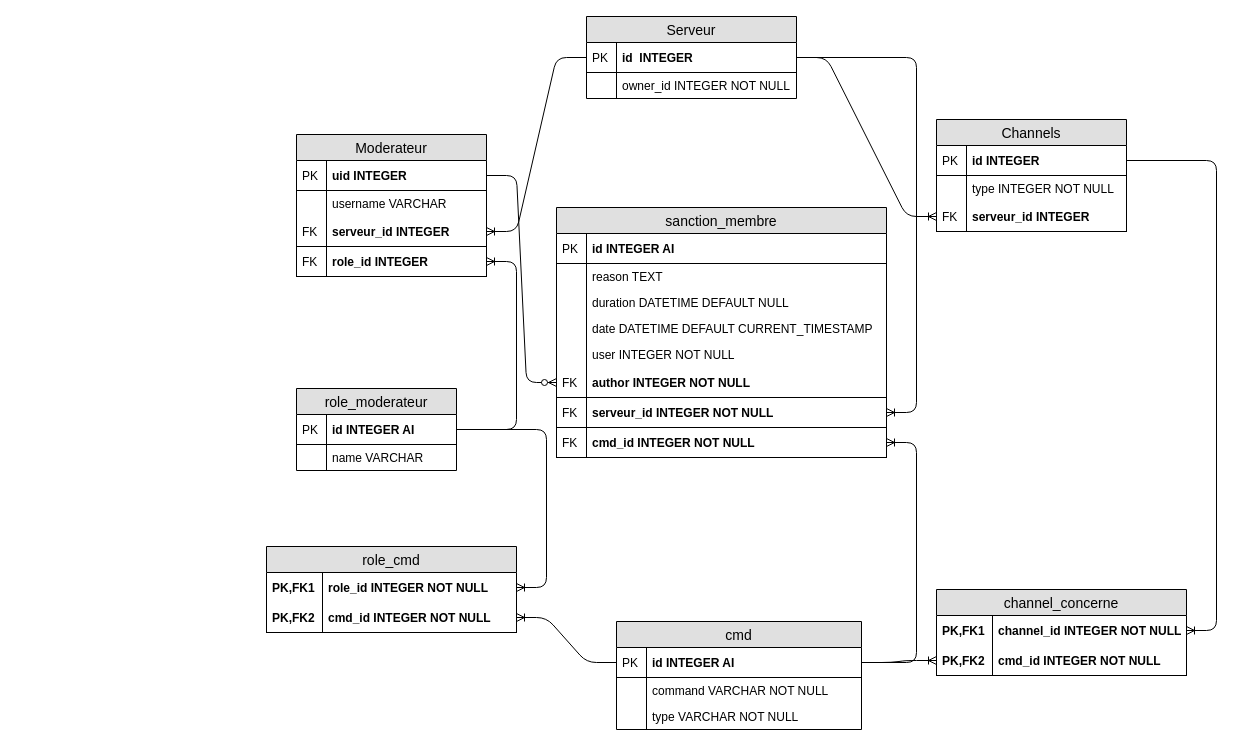
The draw.io diagram doc/schema_logique.drawio in RomainCtl/discord_project, before the edit. Source tidied: cells renumbered, new cells numbered last; positions are measured from the earlier drawing's top-left corner, leaving out a move shared by most shapes. Both pictures are drawn from the tidied source at 100%, with x=0, y=0 at pixel (266, 16).
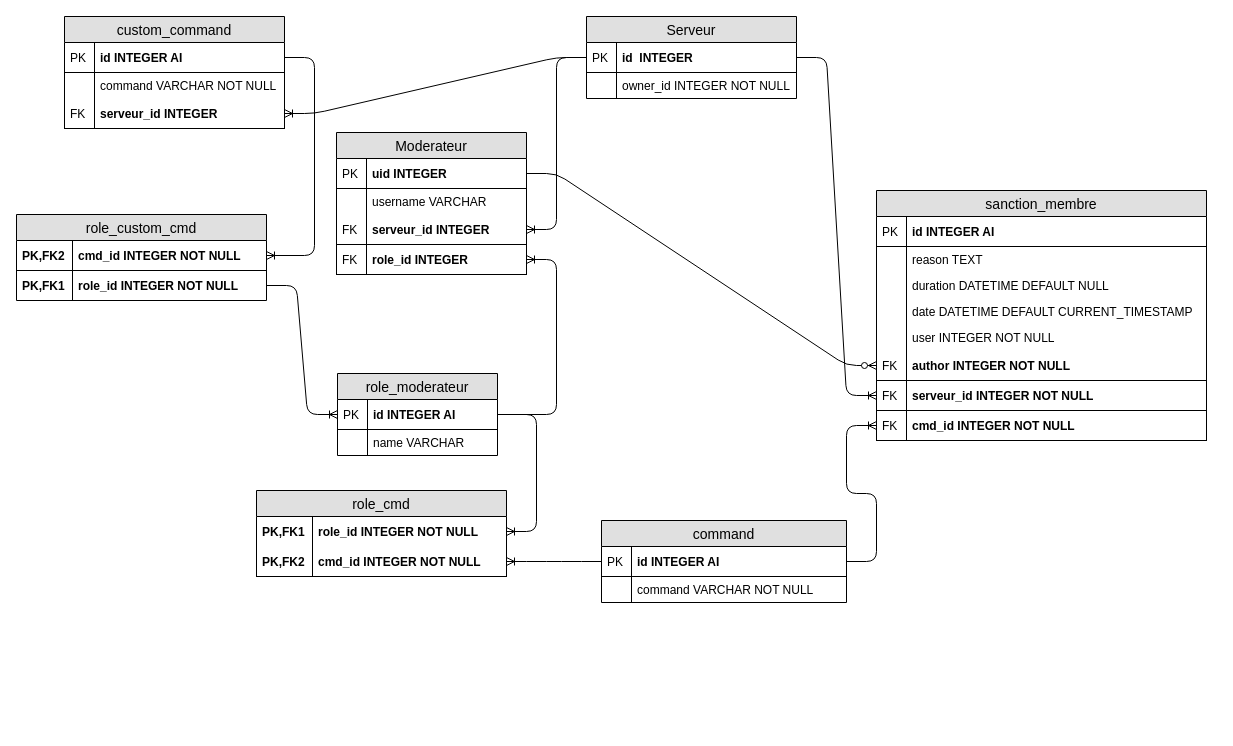
The same diagram, later.

Unchanged cells that the change refers to:
```xml
<mxCell id="2" value="Serveur" style="swimlane;fontStyle=0;horizontal=1;startSize=26;fillColor=#e0e0e0;swimlaneFillColor=#ffffff;align=center;fontSize=14;fontColor=#000000;strokeColor=#000000;" parent="1" vertex="1">
  <mxGeometry x="320" width="210" height="82" as="geometry" />
</mxCell>
<mxCell id="3" value="id  INTEGER" style="shape=partialRectangle;top=0;left=0;right=0;bottom=1;align=left;verticalAlign=middle;fillColor=none;spacingLeft=34;spacingRight=4;overflow=hidden;points=[[0,0.5],[1,0.5]];portConstraint=eastwest;fontStyle=1;fontSize=12;fontColor=#000000;strokeColor=#000000;" parent="2" vertex="1">
  <mxGeometry y="26" width="210" height="30" as="geometry" />
</mxCell>
<mxCell id="26" value="id INTEGER AI" style="shape=partialRectangle;top=0;left=0;right=0;bottom=1;align=left;verticalAlign=middle;fillColor=none;spacingLeft=34;spacingRight=4;overflow=hidden;points=[[0,0.5],[1,0.5]];portConstraint=eastwest;fontStyle=1;fontSize=12;strokeColor=#000000;fontColor=#000000;" parent="25" vertex="1">
  <mxGeometry y="26" width="160" height="30" as="geometry" />
</mxCell>
<mxCell id="31" value="id INTEGER AI" style="shape=partialRectangle;top=0;left=0;right=0;bottom=1;align=left;verticalAlign=middle;fillColor=none;spacingLeft=34;spacingRight=4;overflow=hidden;points=[[0,0.5],[1,0.5]];portConstraint=eastwest;fontStyle=1;fontSize=12;fontColor=#000000;strokeColor=#000000;" parent="30" vertex="1">
  <mxGeometry y="26" width="245" height="30" as="geometry" />
</mxCell>
```

Change to the diagram source:
```diff
@@
     <mxCell id="7" value="Moderateur" style="swimlane;fontStyle=0;horizontal=1;startSize=26;fillColor=#e0e0e0;swimlaneFillColor=#ffffff;align=center;fontSize=14;strokeColor=#000000;fontColor=#000000;" parent="1" vertex="1">
-      <mxGeometry x="30" y="118" width="190" height="142" as="geometry" />
+      <mxGeometry x="70" y="116" width="190" height="142" as="geometry" />
     </mxCell>
@@
-    <mxCell id="16" value="Channels" style="swimlane;fontStyle=0;horizontal=1;startSize=26;fillColor=#e0e0e0;swimlaneFillColor=#ffffff;align=center;fontSize=14;strokeColor=#000000;fontColor=#000000;" parent="1" vertex="1">
-      <mxGeometry x="670" y="103" width="190" height="112" as="geometry" />
-    </mxCell>
-    <mxCell id="17" value="id INTEGER" style="shape=partialRectangle;top=0;left=0;right=0;bottom=1;align=left;verticalAlign=middle;fillColor=none;spacingLeft=34;spacingRight=4;overflow=hidden;points=[[0,0.5],[1,0.5]];portConstraint=eastwest;fontStyle=1;fontSize=12;fontColor=#000000;strokeColor=#000000;" parent="16" vertex="1">
-      <mxGeometry y="26" width="190" height="30" as="geometry" />
-    </mxCell>
-    <mxCell id="18" value="PK" style="shape=partialRectangle;top=0;left=0;bottom=0;fillColor=none;align=left;verticalAlign=middle;spacingLeft=4;spacingRight=4;overflow=hidden;fontSize=12;fontColor=#000000;strokeColor=#000000;" parent="17" vertex="1">
-      <mxGeometry width="30" height="30" as="geometry" />
-    </mxCell>
-    <mxCell id="19" value="type INTEGER NOT NULL" style="shape=partialRectangle;top=0;left=0;right=0;bottom=0;align=left;verticalAlign=top;fillColor=none;spacingLeft=34;spacingRight=4;overflow=hidden;fontSize=12;fontColor=#000000;strokeColor=#000000;" parent="16" vertex="1">
-      <mxGeometry y="56" width="190" height="26" as="geometry" />
-    </mxCell>
-    <mxCell id="20" style="shape=partialRectangle;top=0;left=0;bottom=0;fillColor=none;align=left;verticalAlign=top;spacingLeft=4;spacingRight=4;overflow=hidden;fontSize=12;fontColor=#000000;strokeColor=#000000;" parent="19" vertex="1">
-      <mxGeometry width="30" height="26" as="geometry" />
-    </mxCell>
-    <mxCell id="21" value="serveur_id INTEGER" style="shape=partialRectangle;top=0;left=0;right=0;bottom=1;align=left;verticalAlign=middle;fillColor=none;spacingLeft=34;spacingRight=4;overflow=hidden;points=[[0,0.5],[1,0.5]];portConstraint=eastwest;fontStyle=1;fontSize=12;strokeColor=#000000;fontColor=#000000;" parent="16" vertex="1">
-      <mxGeometry y="82" width="190" height="30" as="geometry" />
-    </mxCell>
-    <mxCell id="22" value="FK" style="shape=partialRectangle;top=0;left=0;bottom=0;fillColor=none;align=left;verticalAlign=middle;spacingLeft=4;spacingRight=4;overflow=hidden;fontSize=12;strokeColor=#000000;fontColor=#000000;" parent="21" vertex="1">
-      <mxGeometry width="30" height="30" as="geometry" />
-    </mxCell>
-    <mxCell id="23" style="edgeStyle=entityRelationEdgeStyle;fontSize=12;html=1;endArrow=ERoneToMany;strokeColor=#000000;fontColor=#000000;" parent="1" edge="1" source="2" target="21">
-      <mxGeometry relative="1" as="geometry" />
-    </mxCell>
@@
     <mxCell id="25" value="role_moderateur" style="swimlane;fontStyle=0;horizontal=1;startSize=26;fillColor=#e0e0e0;swimlaneFillColor=#ffffff;align=center;fontSize=14;strokeColor=#000000;fontColor=#000000;" parent="1" vertex="1">
-      <mxGeometry x="30" y="372" width="160" height="82" as="geometry" />
+      <mxGeometry x="71" y="357" width="160" height="82" as="geometry" />
     </mxCell>
@@
-    <mxCell id="30" value="cmd" style="swimlane;fontStyle=0;horizontal=1;startSize=26;fillColor=#e0e0e0;swimlaneFillColor=#ffffff;align=center;fontSize=14;strokeColor=#000000;fontColor=#000000;" parent="1" vertex="1">
-      <mxGeometry x="350" y="605" width="245" height="108" as="geometry" />
+    <mxCell id="30" value="command" style="swimlane;fontStyle=0;horizontal=1;startSize=26;fillColor=#e0e0e0;swimlaneFillColor=#ffffff;align=center;fontSize=14;strokeColor=#000000;fontColor=#000000;" parent="1" vertex="1">
+      <mxGeometry x="335" y="504" width="245" height="82" as="geometry" />
     </mxCell>
@@
-    <mxCell id="35" value="type VARCHAR NOT NULL" style="shape=partialRectangle;top=0;left=0;right=0;bottom=0;align=left;verticalAlign=top;fillColor=none;spacingLeft=34;spacingRight=4;overflow=hidden;fontSize=12;fontColor=#000000;strokeColor=#000000;" parent="30" vertex="1">
-      <mxGeometry y="82" width="245" height="26" as="geometry" />
-    </mxCell>
-    <mxCell id="36" style="shape=partialRectangle;top=0;left=0;bottom=0;fillColor=none;align=left;verticalAlign=top;spacingLeft=4;spacingRight=4;overflow=hidden;fontSize=12;fontColor=#000000;strokeColor=#000000;" parent="35" vertex="1">
-      <mxGeometry width="30" height="26" as="geometry" />
-    </mxCell>
@@
     <mxCell id="40" value="sanction_membre" style="swimlane;fontStyle=0;horizontal=1;startSize=26;fillColor=#e0e0e0;swimlaneFillColor=#ffffff;align=center;fontSize=14;strokeColor=#000000;fontColor=#000000;" parent="1" vertex="1">
-      <mxGeometry x="290" y="191" width="330" height="250" as="geometry" />
+      <mxGeometry x="610" y="174" width="330" height="250" as="geometry" />
     </mxCell>
@@
-    <mxCell id="57" style="edgeStyle=entityRelationEdgeStyle;fontSize=12;html=1;endArrow=ERoneToMany;strokeColor=#000000;fontColor=#000000;" parent="1" edge="1" source="17" target="62">
-      <mxGeometry relative="1" as="geometry" />
-    </mxCell>
-    <mxCell id="58" style="edgeStyle=entityRelationEdgeStyle;fontSize=12;html=1;endArrow=ERoneToMany;strokeColor=#000000;fontColor=#000000;" parent="1" edge="1" source="31" target="64">
-      <mxGeometry relative="1" as="geometry" />
-    </mxCell>
@@
-    <mxCell id="61" value="channel_concerne" style="swimlane;fontStyle=0;horizontal=1;startSize=26;fillColor=#e0e0e0;swimlaneFillColor=#ffffff;align=center;fontSize=14;strokeColor=#000000;fontColor=#000000;" parent="1" vertex="1">
-      <mxGeometry x="670" y="573" width="250" height="86" as="geometry" />
-    </mxCell>
-    <mxCell id="62" value="channel_id INTEGER NOT NULL" style="shape=partialRectangle;top=0;left=0;right=0;bottom=0;align=left;verticalAlign=middle;fillColor=none;spacingLeft=60;spacingRight=4;overflow=hidden;points=[[0,0.5],[1,0.5]];portConstraint=eastwest;fontStyle=1;fontSize=12;fontColor=#000000;strokeColor=#000000;" parent="61" vertex="1">
-      <mxGeometry y="26" width="250" height="30" as="geometry" />
-    </mxCell>
-    <mxCell id="63" value="PK,FK1" style="shape=partialRectangle;fontStyle=1;top=0;left=0;bottom=0;fillColor=none;align=left;verticalAlign=middle;spacingLeft=4;spacingRight=4;overflow=hidden;fontSize=12;fontColor=#000000;strokeColor=#000000;" parent="62" vertex="1">
-      <mxGeometry width="56" height="30" as="geometry" />
-    </mxCell>
-    <mxCell id="64" value="cmd_id INTEGER NOT NULL" style="shape=partialRectangle;top=0;left=0;right=0;bottom=1;align=left;verticalAlign=middle;fillColor=none;spacingLeft=60;spacingRight=4;overflow=hidden;points=[[0,0.5],[1,0.5]];portConstraint=eastwest;fontStyle=1;fontSize=12;fontColor=#000000;strokeColor=#000000;" parent="61" vertex="1">
-      <mxGeometry y="56" width="250" height="30" as="geometry" />
-    </mxCell>
-    <mxCell id="65" value="PK,FK2" style="shape=partialRectangle;fontStyle=1;top=0;left=0;bottom=0;fillColor=none;align=left;verticalAlign=middle;spacingLeft=4;spacingRight=4;overflow=hidden;fontSize=12;fontColor=#000000;strokeColor=#000000;" parent="64" vertex="1">
-      <mxGeometry width="56" height="30" as="geometry" />
-    </mxCell>
     <mxCell id="66" value="role_cmd" style="swimlane;fontStyle=0;horizontal=1;startSize=26;fillColor=#e0e0e0;swimlaneFillColor=#ffffff;align=center;fontSize=14;strokeColor=#000000;fontColor=#000000;" parent="1" vertex="1">
-      <mxGeometry y="530" width="250" height="86" as="geometry" />
+      <mxGeometry x="-10" y="474" width="250" height="86" as="geometry" />
     </mxCell>
@@
+    <mxCell id="72" value="custom_command" style="swimlane;fontStyle=0;horizontal=1;startSize=26;fillColor=#e0e0e0;swimlaneFillColor=#ffffff;align=center;fontSize=14;strokeColor=#000000;fontColor=#000000;" parent="1" vertex="1">
+      <mxGeometry x="-202" width="220" height="112" as="geometry" />
+    </mxCell>
+    <mxCell id="73" value="id INTEGER AI" style="shape=partialRectangle;top=0;left=0;right=0;bottom=1;align=left;verticalAlign=middle;fillColor=none;spacingLeft=34;spacingRight=4;overflow=hidden;points=[[0,0.5],[1,0.5]];portConstraint=eastwest;fontStyle=1;fontSize=12;fontColor=#000000;strokeColor=#000000;" parent="72" vertex="1">
+      <mxGeometry y="26" width="220" height="30" as="geometry" />
+    </mxCell>
+    <mxCell id="18" value="PK" style="shape=partialRectangle;top=0;left=0;bottom=0;fillColor=none;align=left;verticalAlign=middle;spacingLeft=4;spacingRight=4;overflow=hidden;fontSize=12;fontColor=#000000;strokeColor=#000000;" parent="73" vertex="1">
+      <mxGeometry width="30" height="30" as="geometry" />
+    </mxCell>
+    <mxCell id="74" value="command VARCHAR NOT NULL" style="shape=partialRectangle;top=0;left=0;right=0;bottom=0;align=left;verticalAlign=top;fillColor=none;spacingLeft=34;spacingRight=4;overflow=hidden;fontSize=12;fontColor=#000000;strokeColor=#000000;" parent="72" vertex="1">
+      <mxGeometry y="56" width="220" height="26" as="geometry" />
+    </mxCell>
+    <mxCell id="75" style="shape=partialRectangle;top=0;left=0;bottom=0;fillColor=none;align=left;verticalAlign=top;spacingLeft=4;spacingRight=4;overflow=hidden;fontSize=12;fontColor=#000000;strokeColor=#000000;" parent="74" vertex="1">
+      <mxGeometry width="30" height="26" as="geometry" />
+    </mxCell>
+    <mxCell id="21" value="serveur_id INTEGER" style="shape=partialRectangle;top=0;left=0;right=0;bottom=1;align=left;verticalAlign=middle;fillColor=none;spacingLeft=34;spacingRight=4;overflow=hidden;points=[[0,0.5],[1,0.5]];portConstraint=eastwest;fontStyle=1;fontSize=12;strokeColor=#000000;fontColor=#000000;" parent="72" vertex="1">
+      <mxGeometry y="82" width="220" height="30" as="geometry" />
+    </mxCell>
+    <mxCell id="22" value="FK" style="shape=partialRectangle;top=0;left=0;bottom=0;fillColor=none;align=left;verticalAlign=middle;spacingLeft=4;spacingRight=4;overflow=hidden;fontSize=12;strokeColor=#000000;fontColor=#000000;" parent="21" vertex="1">
+      <mxGeometry width="30" height="30" as="geometry" />
+    </mxCell>
+    <mxCell id="76" value="role_custom_cmd" style="swimlane;fontStyle=0;horizontal=1;startSize=26;fillColor=#e0e0e0;swimlaneFillColor=#ffffff;align=center;fontSize=14;strokeColor=#000000;fontColor=#000000;" parent="1" vertex="1">
+      <mxGeometry x="-250" y="198" width="250" height="86" as="geometry" />
+    </mxCell>
+    <mxCell id="64" value="cmd_id INTEGER NOT NULL" style="shape=partialRectangle;top=0;left=0;right=0;bottom=1;align=left;verticalAlign=middle;fillColor=none;spacingLeft=60;spacingRight=4;overflow=hidden;points=[[0,0.5],[1,0.5]];portConstraint=eastwest;fontStyle=1;fontSize=12;fontColor=#000000;strokeColor=#000000;" parent="76" vertex="1">
+      <mxGeometry y="26" width="250" height="30" as="geometry" />
+    </mxCell>
+    <mxCell id="65" value="PK,FK2" style="shape=partialRectangle;fontStyle=1;top=0;left=0;bottom=0;fillColor=none;align=left;verticalAlign=middle;spacingLeft=4;spacingRight=4;overflow=hidden;fontSize=12;fontColor=#000000;strokeColor=#000000;" parent="64" vertex="1">
+      <mxGeometry width="56" height="30" as="geometry" />
+    </mxCell>
+    <mxCell id="77" value="role_id INTEGER NOT NULL" style="shape=partialRectangle;top=0;left=0;right=0;bottom=0;align=left;verticalAlign=middle;fillColor=none;spacingLeft=60;spacingRight=4;overflow=hidden;points=[[0,0.5],[1,0.5]];portConstraint=eastwest;fontStyle=1;fontSize=12;fontColor=#000000;strokeColor=#000000;" parent="76" vertex="1">
+      <mxGeometry y="56" width="250" height="30" as="geometry" />
+    </mxCell>
+    <mxCell id="63" value="PK,FK1" style="shape=partialRectangle;fontStyle=1;top=0;left=0;bottom=0;fillColor=none;align=left;verticalAlign=middle;spacingLeft=4;spacingRight=4;overflow=hidden;fontSize=12;fontColor=#000000;strokeColor=#000000;" parent="77" vertex="1">
+      <mxGeometry width="56" height="30" as="geometry" />
+    </mxCell>
+    <mxCell id="78" style="edgeStyle=entityRelationEdgeStyle;fontSize=12;html=1;endArrow=ERoneToMany;strokeColor=#000000;fontColor=#000000;" parent="1" edge="1" source="3" target="21">
+      <mxGeometry relative="1" as="geometry" />
+    </mxCell>
+    <mxCell id="79" style="edgeStyle=entityRelationEdgeStyle;fontSize=12;html=1;endArrow=ERoneToMany;strokeColor=#000000;fontColor=#000000;" parent="1" edge="1" source="73" target="64">
+      <mxGeometry relative="1" as="geometry" />
+    </mxCell>
+    <mxCell id="80" style="edgeStyle=entityRelationEdgeStyle;fontSize=12;html=1;endArrow=ERoneToMany;strokeColor=#000000;fontColor=#000000;" parent="1" edge="1" source="77" target="26">
+      <mxGeometry relative="1" as="geometry" />
+    </mxCell>
```
